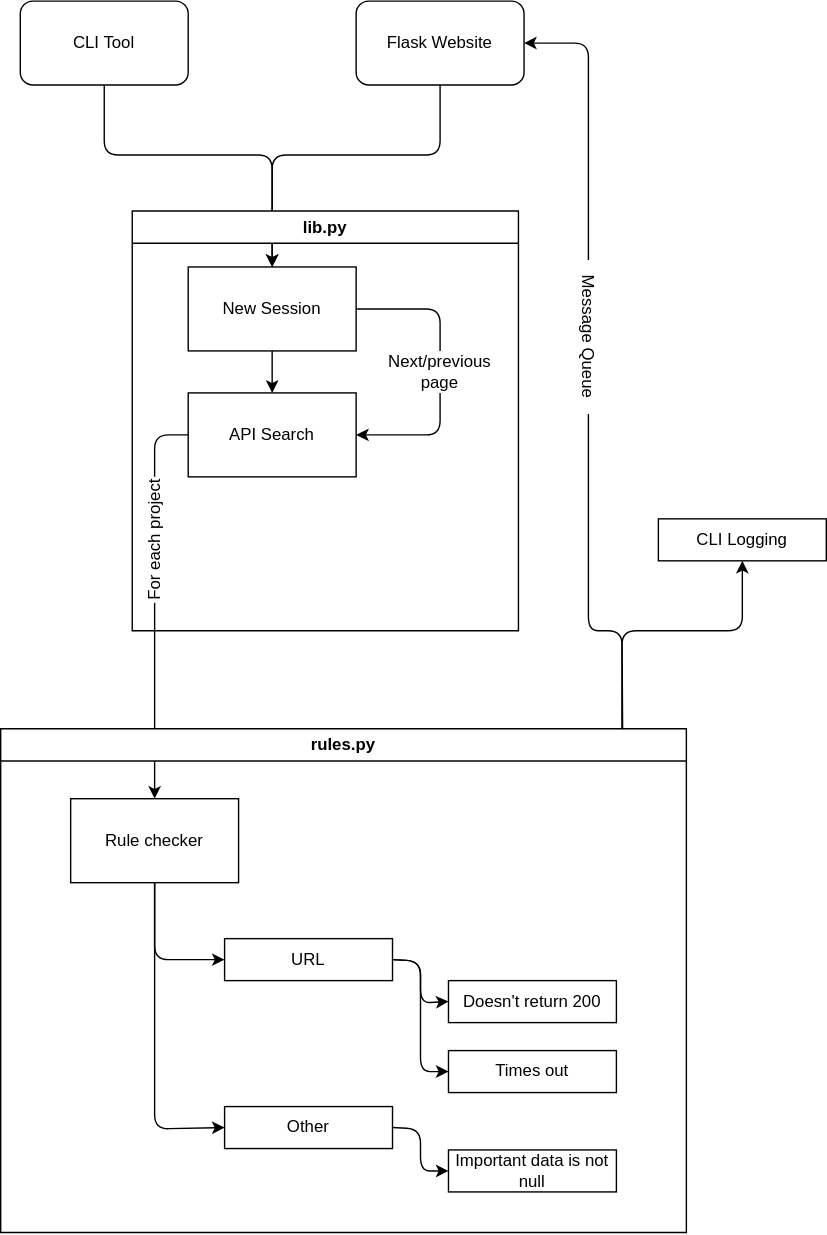
Before: architecture.drawio.svg, a diagram exported from draw.io (3top1a/biotools-linter). Source tidied: cells renumbered, new cells last; positions are measured from the earlier drawing's top-left corner, leaving out a move shared by most shapes.
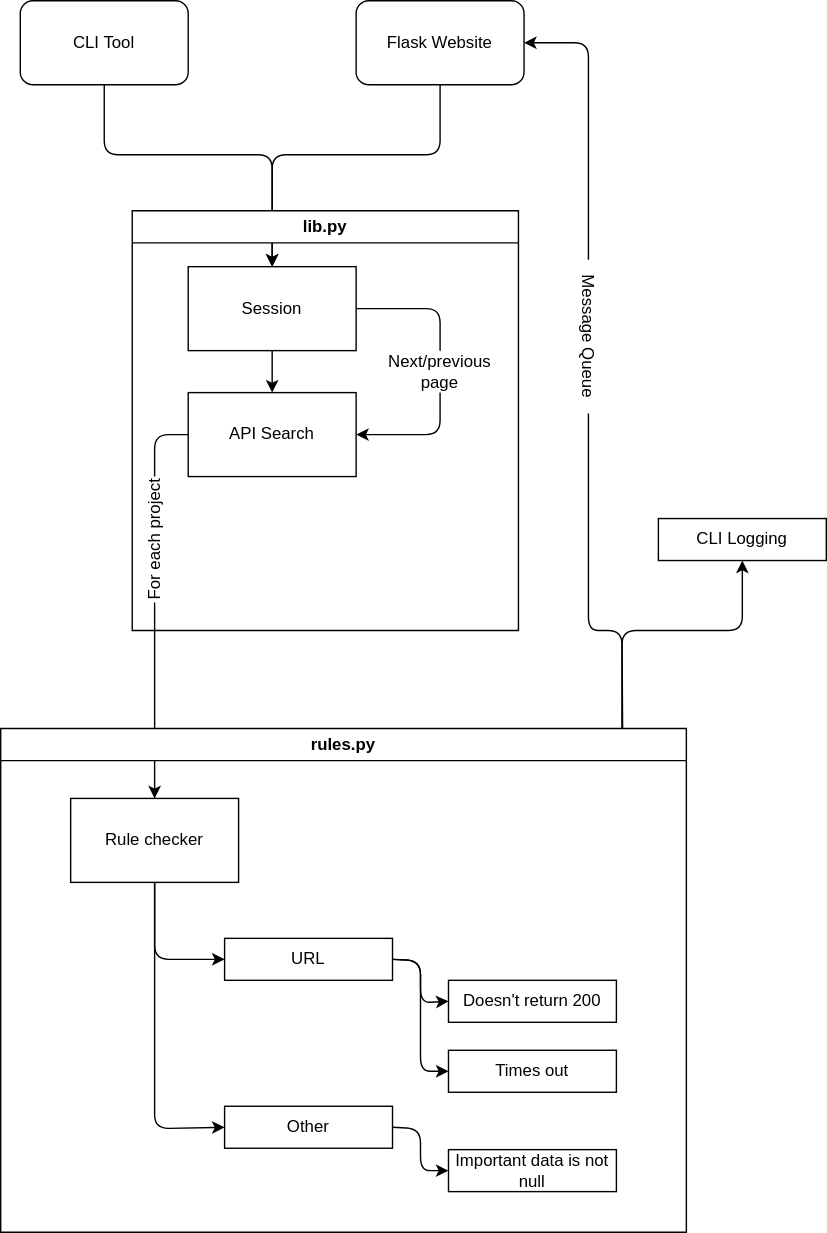
After the commit.

Commit message:
Fixed session encoder

What changed in the source:
```diff
@@ -40,7 +40,7 @@
         </Array>
       </mxGeometry>
     </mxCell>
-    <mxCell id="10" value="New Session" style="rounded=0;whiteSpace=wrap;html=1;" parent="7" vertex="1">
+    <mxCell id="10" value="Session" style="rounded=0;whiteSpace=wrap;html=1;" parent="7" vertex="1">
       <mxGeometry x="40" y="40" width="120" height="60" as="geometry" />
     </mxCell>
     <mxCell id="11" style="edgeStyle=none;html=1;exitX=0.5;exitY=1;exitDx=0;exitDy=0;entryX=0.5;entryY=0;entryDx=0;entryDy=0;" parent="7" edge="1" source="10" target="8">
```
